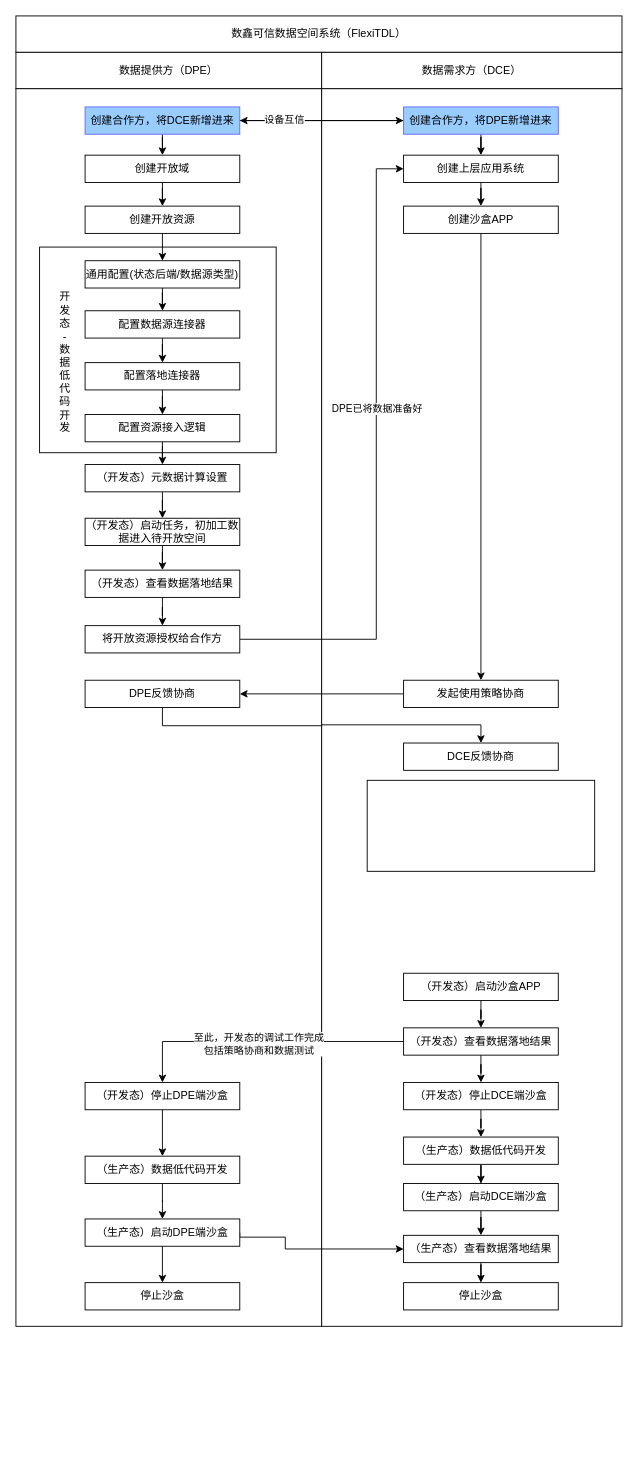
The draw.io diagram page "第 2 页" (2 of 2) of 数鑫流程.drawio in MiracleEgo/pmp, before the edit. Source tidied: cells renumbered, new cells numbered last; positions are measured from the earlier drawing's top-left corner, leaving out a move shared by most shapes. Both pictures are drawn from the tidied source at 91%, with x=0, y=0 at pixel (15, 15).
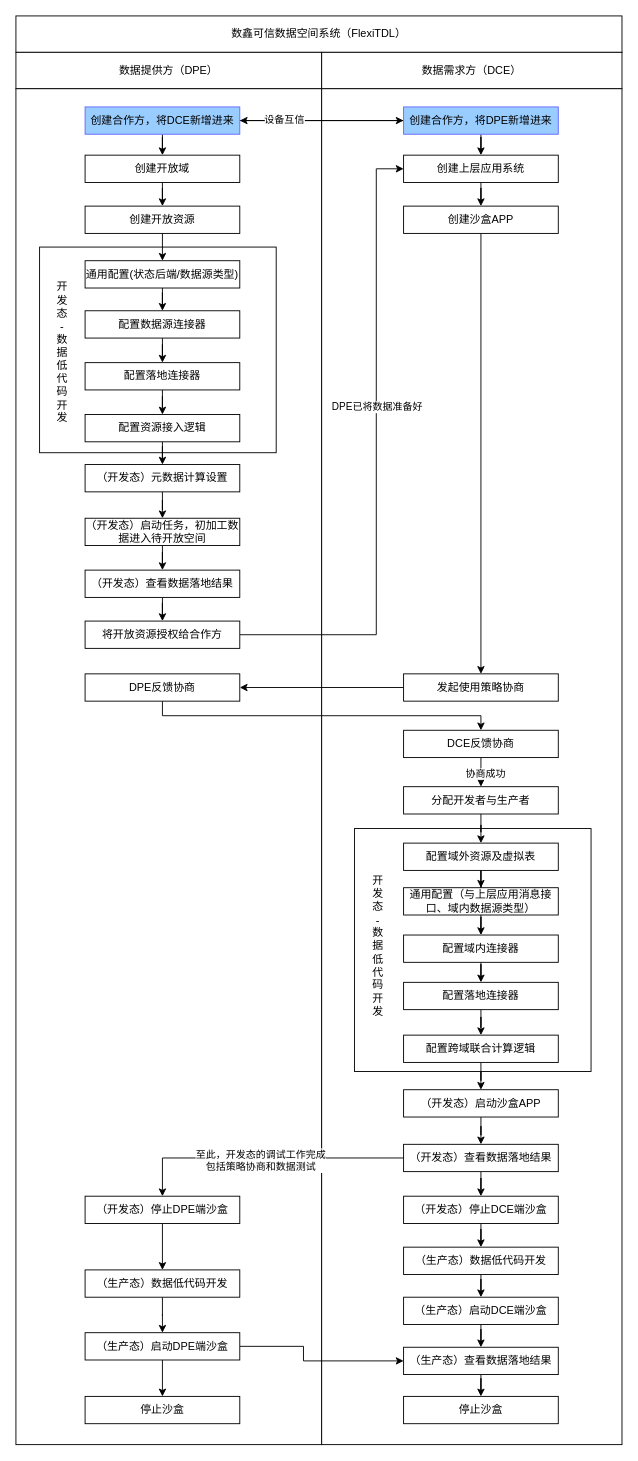
The same page after the edit.

Commit message (it also covers changes not shown here):
更新数鑫流程.drawio

The change refers to these unchanged cells:
```xml
<mxCell id="18" value="创建上层应用系统" style="rounded=0;whiteSpace=wrap;html=1;" parent="1" vertex="1">
  <mxGeometry x="426" y="153" width="170" height="30" as="geometry" />
</mxCell>
```

Diff of the diagram source:
```diff
@@
     <mxCell id="5" style="rounded=0;whiteSpace=wrap;html=1;" parent="1" vertex="1">
-      <mxGeometry y="80" width="336" height="1360" as="geometry" />
+      <mxGeometry y="80" width="336" height="1490" as="geometry" />
     </mxCell>
     <mxCell id="6" style="rounded=0;whiteSpace=wrap;html=1;" parent="1" vertex="1">
-      <mxGeometry x="336" y="80" width="330" height="1360" as="geometry" />
+      <mxGeometry x="336" y="80" width="330" height="1490" as="geometry" />
     </mxCell>
@@
     <mxCell id="22" value="发起使用策略协商" style="rounded=0;whiteSpace=wrap;html=1;" parent="1" vertex="1">
-      <mxGeometry x="426" y="730" width="170" height="30" as="geometry" />
+      <mxGeometry x="426" y="723" width="170" height="30" as="geometry" />
     </mxCell>
     <mxCell id="23" style="edgeStyle=orthogonalEdgeStyle;rounded=0;jettySize=auto;html=1;exitX=0.5;exitY=1;exitDx=0;exitDy=0;" parent="1" edge="1" source="24" target="25">
-      <mxGeometry relative="1" as="geometry" />
+      <mxGeometry relative="1" as="geometry">
+        <Array as="points">
+          <mxPoint x="161" y="769" />
+          <mxPoint x="511" y="769" />
+        </Array>
+      </mxGeometry>
     </mxCell>
     <mxCell id="24" value="DPE反馈协商" style="rounded=0;whiteSpace=wrap;html=1;" parent="1" vertex="1">
-      <mxGeometry x="76" y="730" width="170" height="30" as="geometry" />
+      <mxGeometry x="76" y="723" width="170" height="30" as="geometry" />
     </mxCell>
+    <mxCell id="70" style="edgeStyle=orthogonalEdgeStyle;rounded=0;jettySize=auto;html=1;" parent="1" edge="1" source="25" target="83">
+      <mxGeometry relative="1" as="geometry" />
+    </mxCell>
+    <mxCell id="71" value="协商成功" style="edgeLabel;html=1;align=center;verticalAlign=middle;" parent="70" vertex="1">
+      <mxGeometry x="0.38" y="4" relative="1" as="geometry" />
+    </mxCell>
     <mxCell id="25" value="DCE反馈协商" style="rounded=0;whiteSpace=wrap;html=1;" parent="1" vertex="1">
-      <mxGeometry x="426" y="799" width="170" height="30" as="geometry" />
+      <mxGeometry x="426" y="785" width="170" height="30" as="geometry" />
     </mxCell>
     <mxCell id="26" value="停止沙盒" style="rounded=0;whiteSpace=wrap;html=1;" parent="1" vertex="1">
-      <mxGeometry x="76" y="1392" width="170" height="30" as="geometry" />
+      <mxGeometry x="76" y="1517" width="170" height="30" as="geometry" />
     </mxCell>
     <mxCell id="27" value="停止沙盒" style="rounded=0;whiteSpace=wrap;html=1;" parent="1" vertex="1">
-      <mxGeometry x="426" y="1392" width="170" height="30" as="geometry" />
+      <mxGeometry x="426" y="1517" width="170" height="30" as="geometry" />
     </mxCell>
@@
     <mxCell id="30" style="edgeStyle=orthogonalEdgeStyle;rounded=0;jettySize=auto;html=1;entryX=0;entryY=0.5;entryDx=0;entryDy=0;exitX=1;exitY=0.5;exitDx=0;exitDy=0;" parent="1" edge="1" source="32" target="18">
       <mxGeometry relative="1" as="geometry">
         <Array as="points">
-          <mxPoint x="396" y="685" />
+          <mxPoint x="396" y="680" />
           <mxPoint x="396" y="168" />
         </Array>
       </mxGeometry>
     </mxCell>
@@
     <mxCell id="32" value="将开放资源授权给合作方" style="rounded=0;whiteSpace=wrap;html=1;" parent="1" vertex="1">
-      <mxGeometry x="76" y="670" width="170" height="30" as="geometry" />
+      <mxGeometry x="76" y="665" width="170" height="30" as="geometry" />
     </mxCell>
@@
     <mxCell id="35" value="（开发态）启动沙盒APP" style="rounded=0;whiteSpace=wrap;html=1;" parent="1" vertex="1">
-      <mxGeometry x="426" y="1052" width="170" height="30" as="geometry" />
+      <mxGeometry x="426" y="1180" width="170" height="30" as="geometry" />
     </mxCell>
@@
     <mxCell id="39" value="（开发态）查看数据落地结果" style="rounded=0;whiteSpace=wrap;html=1;" parent="1" vertex="1">
-      <mxGeometry x="426" y="1112" width="170" height="30" as="geometry" />
+      <mxGeometry x="426" y="1240" width="170" height="30" as="geometry" />
     </mxCell>
@@
     <mxCell id="41" value="（开发态）停止DCE端沙盒" style="rounded=0;whiteSpace=wrap;html=1;" parent="1" vertex="1">
-      <mxGeometry x="426" y="1172" width="170" height="30" as="geometry" />
+      <mxGeometry x="426" y="1297" width="170" height="30" as="geometry" />
     </mxCell>
@@
     <mxCell id="43" value="（生产态）数据低代码开发" style="rounded=0;whiteSpace=wrap;html=1;" parent="1" vertex="1">
-      <mxGeometry x="426" y="1232" width="170" height="30" as="geometry" />
+      <mxGeometry x="426" y="1353" width="170" height="30" as="geometry" />
     </mxCell>
@@
     <mxCell id="45" value="（生产态）启动DCE端沙盒" style="rounded=0;whiteSpace=wrap;html=1;" parent="1" vertex="1">
-      <mxGeometry x="426" y="1283" width="170" height="30" as="geometry" />
+      <mxGeometry x="426" y="1408" width="170" height="30" as="geometry" />
     </mxCell>
@@
     <mxCell id="47" value="（生产态）查看数据落地结果" style="rounded=0;whiteSpace=wrap;html=1;" parent="1" vertex="1">
-      <mxGeometry x="426" y="1340" width="170" height="30" as="geometry" />
+      <mxGeometry x="426" y="1463" width="170" height="30" as="geometry" />
     </mxCell>
@@
     <mxCell id="49" value="（开发态）停止DPE端沙盒" style="rounded=0;whiteSpace=wrap;html=1;" parent="1" vertex="1">
-      <mxGeometry x="76" y="1172" width="170" height="30" as="geometry" />
+      <mxGeometry x="76" y="1297" width="170" height="30" as="geometry" />
     </mxCell>
@@
     <mxCell id="51" value="（生产态）数据低代码开发" style="rounded=0;whiteSpace=wrap;html=1;" parent="1" vertex="1">
-      <mxGeometry x="76" y="1253" width="170" height="30" as="geometry" />
+      <mxGeometry x="76" y="1378" width="170" height="30" as="geometry" />
     </mxCell>
@@
-    <mxCell id="53" style="edgeStyle=orthogonalEdgeStyle;rounded=0;jettySize=auto;html=1;entryX=0;entryY=0.5;entryDx=0;entryDy=0;exitX=1;exitY=0.5;exitDx=0;exitDy=0;" parent="1" edge="1" source="54" target="47">
+    <mxCell id="53" style="edgeStyle=orthogonalEdgeStyle;rounded=0;jettySize=auto;html=1;entryX=0;entryY=0.5;entryDx=0;entryDy=0;" parent="1" edge="1" source="54" target="47">
       <mxGeometry relative="1" as="geometry">
         <Array as="points">
-          <mxPoint x="246" y="1342" />
-          <mxPoint x="296" y="1342" />
-          <mxPoint x="296" y="1355" />
+          <mxPoint x="316" y="1462" />
+          <mxPoint x="316" y="1478" />
         </Array>
       </mxGeometry>
     </mxCell>
     <mxCell id="54" value="（生产态）启动DPE端沙盒" style="rounded=0;whiteSpace=wrap;html=1;" parent="1" vertex="1">
-      <mxGeometry x="76" y="1322" width="170" height="30" as="geometry" />
+      <mxGeometry x="76" y="1447" width="170" height="30" as="geometry" />
     </mxCell>
-    <mxCell id="55" style="rounded=0;whiteSpace=wrap;html=1;" parent="1" vertex="1">
-      <mxGeometry x="386" y="840" width="250" height="100" as="geometry" />
-    </mxCell>
@@
     <mxCell id="65" value="开发态&lt;div&gt;-&lt;/div&gt;&lt;div&gt;数据低代码开发&lt;/div&gt;" style="text;html=1;align=center;verticalAlign=middle;whiteSpace=wrap;rounded=0;" parent="1" vertex="1">
-      <mxGeometry x="42" y="311" width="24" height="140" as="geometry" />
+      <mxGeometry x="39" y="300" width="24" height="140" as="geometry" />
     </mxCell>
@@
+    <mxCell id="72" style="rounded=0;whiteSpace=wrap;html=1;" parent="1" vertex="1">
+      <mxGeometry x="372" y="893" width="260" height="267" as="geometry" />
+    </mxCell>
+    <mxCell id="73" style="edgeStyle=orthogonalEdgeStyle;rounded=0;jettySize=auto;html=1;entryX=0.5;entryY=0;entryDx=0;entryDy=0;" parent="1" edge="1" source="74" target="76">
+      <mxGeometry relative="1" as="geometry" />
+    </mxCell>
+    <mxCell id="74" value="配置域外资源及虚拟表" style="rounded=0;whiteSpace=wrap;html=1;" parent="1" vertex="1">
+      <mxGeometry x="426" y="909" width="170" height="30" as="geometry" />
+    </mxCell>
+    <mxCell id="75" style="edgeStyle=orthogonalEdgeStyle;rounded=0;jettySize=auto;html=1;entryX=0.5;entryY=0;entryDx=0;entryDy=0;" parent="1" edge="1" source="76" target="78">
+      <mxGeometry relative="1" as="geometry" />
+    </mxCell>
+    <mxCell id="76" value="通用配置（与上层应用消息接口、域内数据源类型）" style="rounded=0;whiteSpace=wrap;html=1;" parent="1" vertex="1">
+      <mxGeometry x="426" y="958" width="170" height="30" as="geometry" />
+    </mxCell>
+    <mxCell id="77" style="edgeStyle=orthogonalEdgeStyle;rounded=0;jettySize=auto;html=1;" parent="1" edge="1" source="78" target="80">
+      <mxGeometry relative="1" as="geometry" />
+    </mxCell>
+    <mxCell id="78" value="配置域内连接器" style="rounded=0;whiteSpace=wrap;html=1;" parent="1" vertex="1">
+      <mxGeometry x="426" y="1010" width="170" height="30" as="geometry" />
+    </mxCell>
+    <mxCell id="79" style="edgeStyle=orthogonalEdgeStyle;rounded=0;jettySize=auto;html=1;" parent="1" edge="1" source="80" target="85">
+      <mxGeometry relative="1" as="geometry" />
+    </mxCell>
+    <mxCell id="80" value="配置落地连接器" style="rounded=0;whiteSpace=wrap;html=1;" parent="1" vertex="1">
+      <mxGeometry x="426" y="1062" width="170" height="30" as="geometry" />
+    </mxCell>
+    <mxCell id="81" value="开发态&lt;div&gt;-&lt;/div&gt;&lt;div&gt;数据低代码开发&lt;/div&gt;" style="text;html=1;align=center;verticalAlign=middle;whiteSpace=wrap;rounded=0;" parent="1" vertex="1">
+      <mxGeometry x="386" y="952" width="24" height="140" as="geometry" />
+    </mxCell>
+    <mxCell id="82" style="edgeStyle=orthogonalEdgeStyle;rounded=0;jettySize=auto;html=1;entryX=0.5;entryY=0;entryDx=0;entryDy=0;" parent="1" edge="1" source="83" target="74">
+      <mxGeometry relative="1" as="geometry" />
+    </mxCell>
+    <mxCell id="83" value="分配开发者与生产者" style="rounded=0;whiteSpace=wrap;html=1;" parent="1" vertex="1">
+      <mxGeometry x="426" y="847" width="170" height="30" as="geometry" />
+    </mxCell>
+    <mxCell id="84" style="edgeStyle=orthogonalEdgeStyle;rounded=0;jettySize=auto;html=1;entryX=0.5;entryY=0;entryDx=0;entryDy=0;" parent="1" edge="1" source="85" target="35">
+      <mxGeometry relative="1" as="geometry" />
+    </mxCell>
+    <mxCell id="85" value="配置跨域联合计算逻辑" style="rounded=0;whiteSpace=wrap;html=1;" parent="1" vertex="1">
+      <mxGeometry x="426" y="1120" width="170" height="30" as="geometry" />
+    </mxCell>
```
